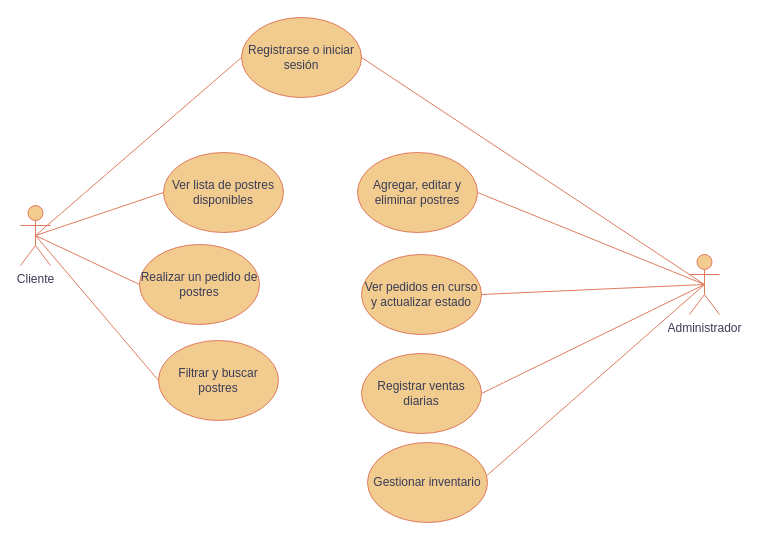
Above: Caso de uso.drawio in Ash-code12/Proyecto (draw.io), before the change. Source tidied: cells renumbered, new cells numbered last; positions are measured from the earlier drawing's top-left corner, leaving out a move shared by most shapes. Both pictures are drawn from the tidied source at 100%, with x=0, y=0 at pixel (20, 17).
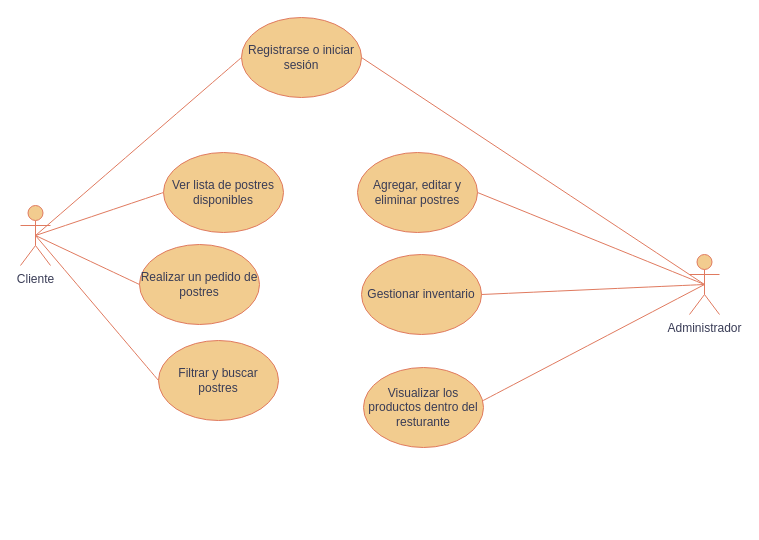
The same diagram, later.

Unchanged cells that the change refers to:
```xml
<mxCell id="3" value="Administrador" style="shape=umlActor;verticalLabelPosition=bottom;verticalAlign=top;html=1;outlineConnect=0;labelBackgroundColor=none;fillColor=#F2CC8F;strokeColor=#E07A5F;fontColor=#393C56;" parent="1" vertex="1">
  <mxGeometry x="669" y="237" width="30" height="60" as="geometry" />
</mxCell>
```

Change to the diagram source:
```diff
@@
-    <mxCell id="9" value="Ver pedidos en curso y actualizar estado" style="ellipse;whiteSpace=wrap;html=1;labelBackgroundColor=none;fillColor=#F2CC8F;strokeColor=#E07A5F;fontColor=#393C56;" parent="1" vertex="1">
+    <mxCell id="9" value="Gestionar inventario" style="ellipse;whiteSpace=wrap;html=1;labelBackgroundColor=none;fillColor=#F2CC8F;strokeColor=#E07A5F;fontColor=#393C56;" parent="1" vertex="1">
       <mxGeometry x="341" y="237" width="120" height="80" as="geometry" />
     </mxCell>
-    <mxCell id="10" value="Gestionar inventario" style="ellipse;whiteSpace=wrap;html=1;labelBackgroundColor=none;fillColor=#F2CC8F;strokeColor=#E07A5F;fontColor=#393C56;" parent="1" vertex="1">
-      <mxGeometry x="347" y="425" width="120" height="80" as="geometry" />
+    <mxCell id="10" value="Visualizar los productos dentro del resturante" style="ellipse;whiteSpace=wrap;html=1;labelBackgroundColor=none;fillColor=#F2CC8F;strokeColor=#E07A5F;fontColor=#393C56;" parent="1" vertex="1">
+      <mxGeometry x="343" y="350" width="120" height="80" as="geometry" />
     </mxCell>
-    <mxCell id="11" value="Registrar ventas diarias" style="ellipse;whiteSpace=wrap;html=1;labelBackgroundColor=none;fillColor=#F2CC8F;strokeColor=#E07A5F;fontColor=#393C56;" parent="1" vertex="1">
-      <mxGeometry x="341" y="336" width="120" height="80" as="geometry" />
-    </mxCell>
@@
-    <mxCell id="19" style="endArrow=none;html=1;rounded=0;fontSize=12;startSize=8;endSize=8;curved=1;entryX=0.5;entryY=0.5;entryDx=0;entryDy=0;entryPerimeter=0;exitX=1;exitY=0.5;exitDx=0;exitDy=0;labelBackgroundColor=none;strokeColor=#E07A5F;fontColor=default;" parent="1" edge="1" source="11" target="3">
-      <mxGeometry relative="1" as="geometry" />
-    </mxCell>
```
